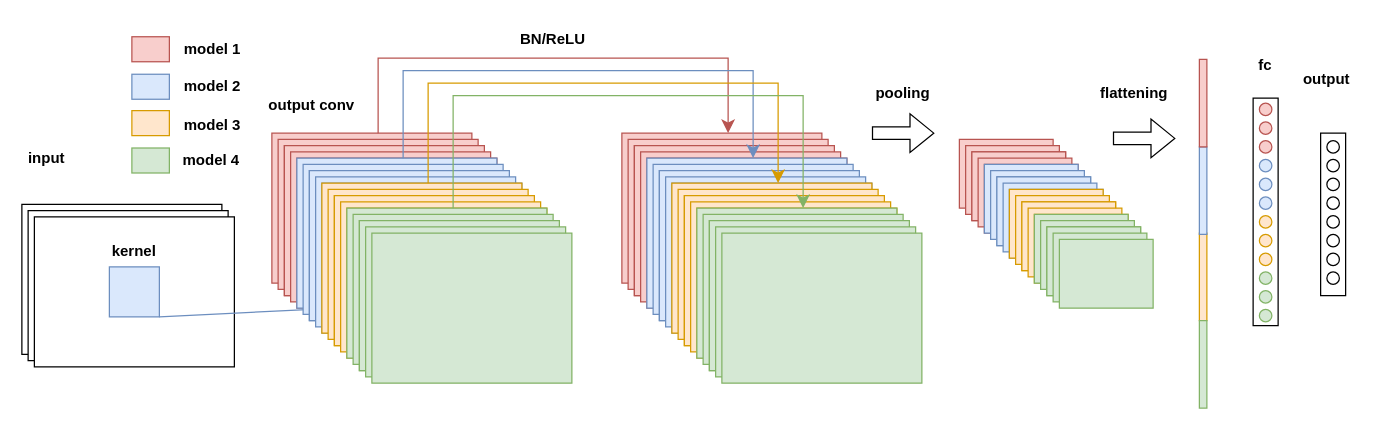
Earlier version of the draw.io diagram drawings/cnn.drawio (masterbaer/PSO_for_DPNN). Source tidied: cells renumbered, new cells numbered last; positions are measured from the earlier drawing's top-left corner, leaving out a move shared by most shapes. Both pictures are drawn from the tidied source at 125%, with x=0, y=0 at pixel (21, 20).
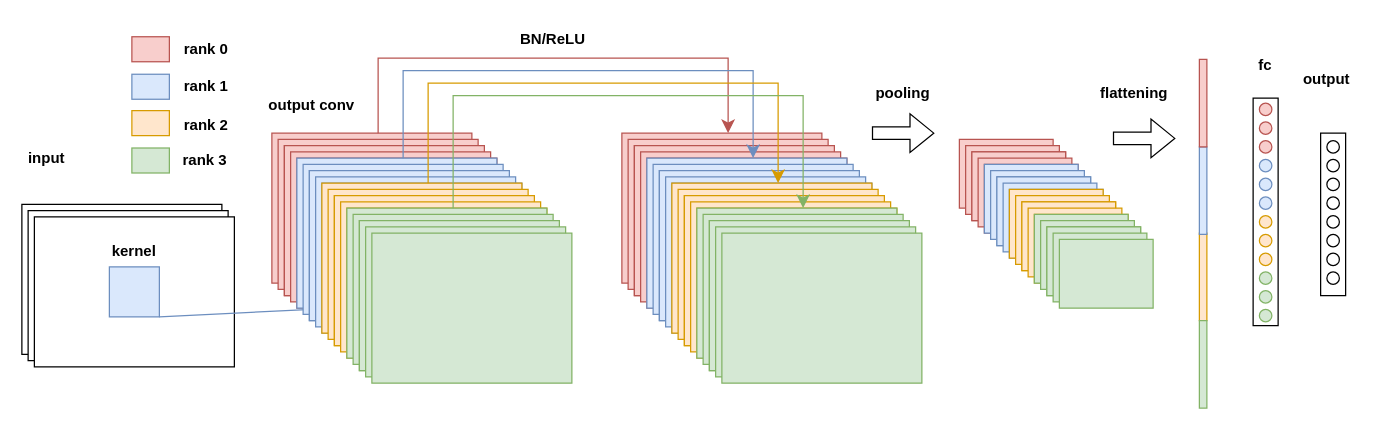
After the change.

Commit message (it also covers changes not shown here):
adapted drawings

Diff of the diagram source:
```diff
@@
-    <mxCell id="7" value="model 1" style="text;html=1;strokeColor=none;fillColor=none;align=left;verticalAlign=middle;whiteSpace=wrap;rounded=0;fontStyle=1;" parent="1" vertex="1">
+    <mxCell id="7" value="rank 0" style="text;html=1;strokeColor=none;fillColor=none;align=left;verticalAlign=middle;whiteSpace=wrap;rounded=0;fontStyle=1;" parent="1" vertex="1">
       <mxGeometry x="128" y="11" width="56" height="23.9" as="geometry" />
     </mxCell>
-    <mxCell id="8" value="model 2" style="text;html=1;strokeColor=none;fillColor=none;align=left;verticalAlign=middle;whiteSpace=wrap;rounded=0;fontStyle=1;" parent="1" vertex="1">
+    <mxCell id="8" value="rank 1&amp;nbsp;" style="text;html=1;strokeColor=none;fillColor=none;align=left;verticalAlign=middle;whiteSpace=wrap;rounded=0;fontStyle=1;" parent="1" vertex="1">
       <mxGeometry x="128" y="41" width="56" height="23.9" as="geometry" />
     </mxCell>
-    <mxCell id="9" value="model 3" style="text;html=1;strokeColor=none;fillColor=none;align=left;verticalAlign=middle;whiteSpace=wrap;rounded=0;fontStyle=1;" parent="1" vertex="1">
+    <mxCell id="9" value="rank 2" style="text;html=1;strokeColor=none;fillColor=none;align=left;verticalAlign=middle;whiteSpace=wrap;rounded=0;fontStyle=1;" parent="1" vertex="1">
       <mxGeometry x="128" y="72.1" width="56" height="23.9" as="geometry" />
     </mxCell>
-    <mxCell id="10" value="model 4" style="text;html=1;strokeColor=none;fillColor=none;align=left;verticalAlign=middle;whiteSpace=wrap;rounded=0;fontStyle=1;" parent="1" vertex="1">
+    <mxCell id="10" value="rank 3" style="text;html=1;strokeColor=none;fillColor=none;align=left;verticalAlign=middle;whiteSpace=wrap;rounded=0;fontStyle=1;" parent="1" vertex="1">
       <mxGeometry x="127" y="100.1" width="57" height="23.9" as="geometry" />
     </mxCell>
```
